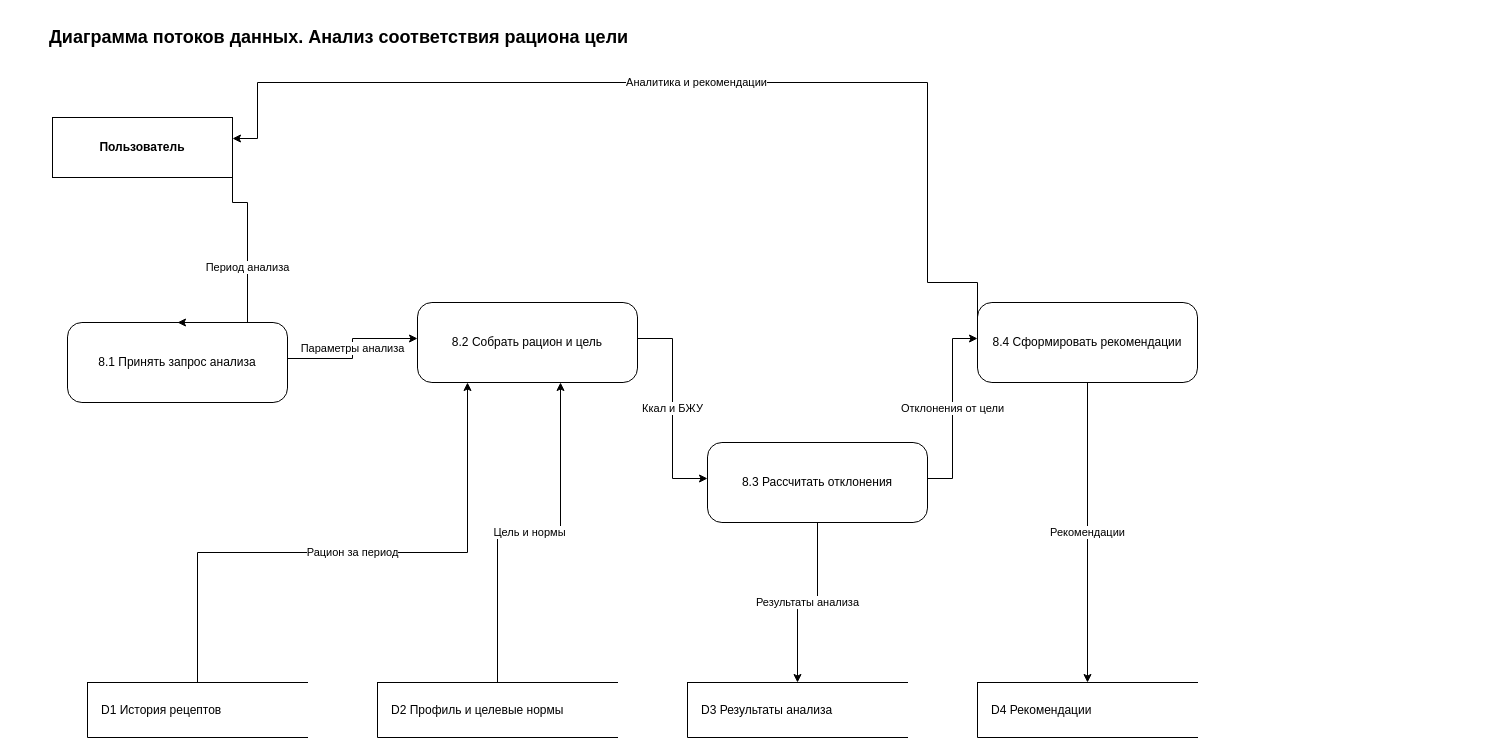
The draw.io diagram Optimization-Methods/laba_2/diagrams/Potoki/08_Анализ_соответствия_рациона_цели.drawio in Skipl1/ASOIU, before the edit. Source tidied: cells renumbered, new cells numbered last; positions are measured from the earlier drawing's top-left corner, leaving out a move shared by most shapes. Both pictures are drawn from the tidied source at 100%, with x=0, y=0 at pixel (47, 22).
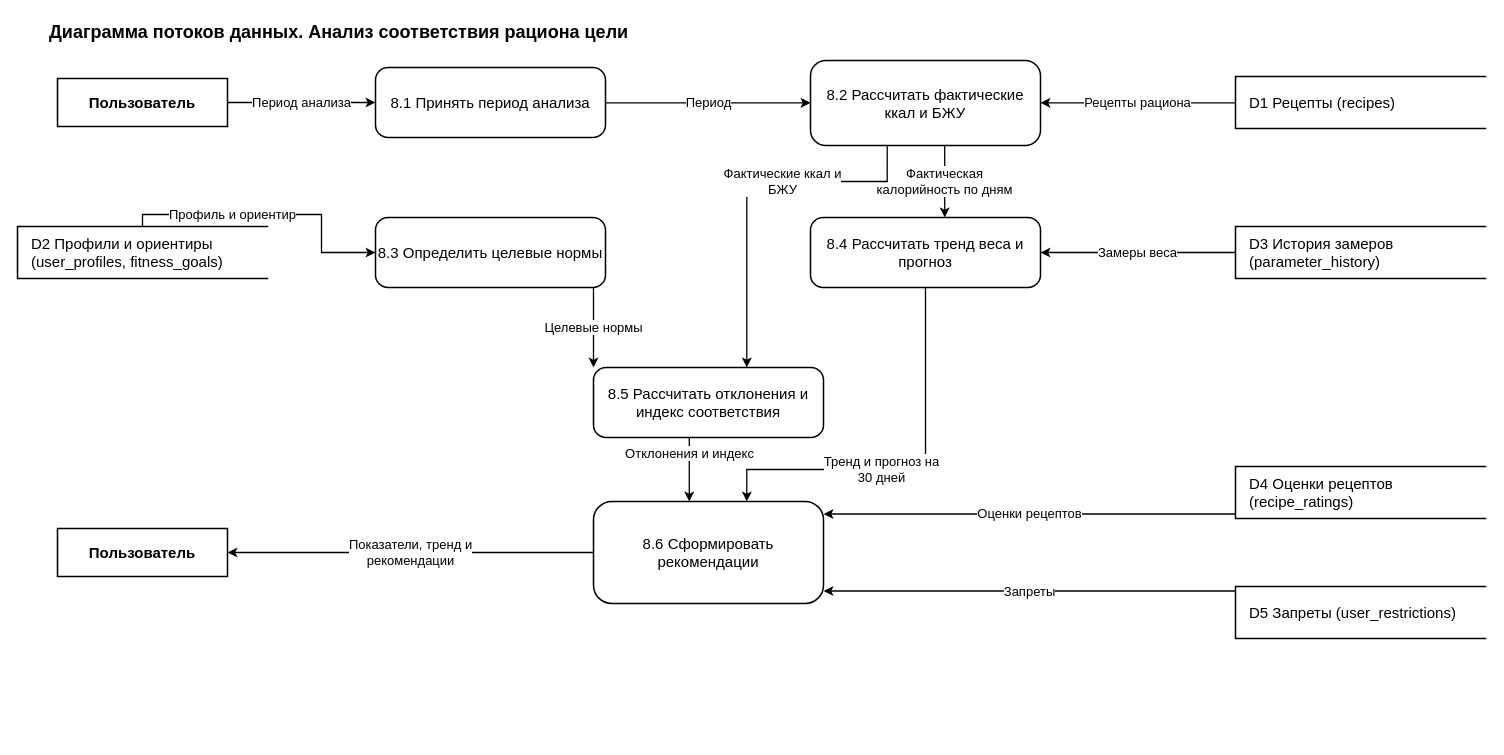
The same page after the edit.

The edit, as a diff of the source:
```diff
@@
     <mxCell id="2" value="Диаграмма потоков данных. Анализ соответствия рациона цели" style="text;html=1;strokeColor=none;fillColor=none;align=left;verticalAlign=middle;fontSize=18;fontStyle=1;" parent="1" vertex="1">
-      <mxGeometry width="900" height="30" as="geometry" />
+      <mxGeometry y="-5" width="900" height="30" as="geometry" />
     </mxCell>
-    <mxCell id="3" value="Пользователь" style="rounded=0;whiteSpace=wrap;html=1;fillColor=#ffffff;strokeColor=#000000;fontStyle=1;" parent="1" vertex="1">
-      <mxGeometry x="5" y="95" width="180" height="60" as="geometry" />
+    <mxCell id="3" value="Пользователь" style="rounded=0;whiteSpace=wrap;html=1;fillColor=#ffffff;strokeColor=#000000;fontStyle=1;fontSize=15;strokeWidth=1.5;" parent="1" vertex="1">
+      <mxGeometry x="10" y="56" width="170" height="48" as="geometry" />
     </mxCell>
-    <mxCell id="4" value="8.1 Принять запрос анализа" style="rounded=1;whiteSpace=wrap;html=1;arcSize=18;fillColor=#ffffff;strokeColor=#000000;" parent="1" vertex="1">
-      <mxGeometry x="20" y="300" width="220" height="80" as="geometry" />
+    <mxCell id="4" value="8.1 Принять период анализа" style="rounded=1;whiteSpace=wrap;html=1;arcSize=18;fillColor=#ffffff;strokeColor=#000000;fontSize=15;strokeWidth=1.5;" parent="1" vertex="1">
+      <mxGeometry x="328" y="45" width="230" height="70" as="geometry" />
     </mxCell>
-    <mxCell id="5" value="8.2 Собрать рацион и цель" style="rounded=1;whiteSpace=wrap;html=1;arcSize=18;fillColor=#ffffff;strokeColor=#000000;" parent="1" vertex="1">
-      <mxGeometry x="370" y="280" width="220" height="80" as="geometry" />
+    <mxCell id="5" value="8.2 Рассчитать фактические ккал и БЖУ" style="rounded=1;whiteSpace=wrap;html=1;arcSize=18;fillColor=#ffffff;strokeColor=#000000;fontSize=15;strokeWidth=1.5;" parent="1" vertex="1">
+      <mxGeometry x="763" y="38" width="230" height="85" as="geometry" />
     </mxCell>
-    <mxCell id="6" value="8.3 Рассчитать отклонения" style="rounded=1;whiteSpace=wrap;html=1;arcSize=18;fillColor=#ffffff;strokeColor=#000000;" parent="1" vertex="1">
-      <mxGeometry x="660" y="420" width="220" height="80" as="geometry" />
+    <mxCell id="6" value="8.3 Определить целевые нормы" style="rounded=1;whiteSpace=wrap;html=1;arcSize=18;fillColor=#ffffff;strokeColor=#000000;fontSize=15;strokeWidth=1.5;" parent="1" vertex="1">
+      <mxGeometry x="328" y="195" width="230" height="70" as="geometry" />
     </mxCell>
-    <mxCell id="7" value="8.4 Сформировать рекомендации" style="rounded=1;whiteSpace=wrap;html=1;arcSize=18;fillColor=#ffffff;strokeColor=#000000;" parent="1" vertex="1">
-      <mxGeometry x="930" y="280" width="220" height="80" as="geometry" />
+    <mxCell id="7" value="8.4 Рассчитать тренд веса и прогноз" style="rounded=1;whiteSpace=wrap;html=1;arcSize=18;fillColor=#ffffff;strokeColor=#000000;fontSize=15;strokeWidth=1.5;" parent="1" vertex="1">
+      <mxGeometry x="763" y="195" width="230" height="70" as="geometry" />
     </mxCell>
+    <mxCell id="21" value="8.5 Рассчитать отклонения и индекс соответствия" style="rounded=1;whiteSpace=wrap;html=1;arcSize=18;fillColor=#ffffff;strokeColor=#000000;fontSize=15;strokeWidth=1.5;" parent="1" vertex="1">
+      <mxGeometry x="546" y="345" width="230" height="70" as="geometry" />
+    </mxCell>
+    <mxCell id="22" value="8.6 Сформировать рекомендации" style="rounded=1;whiteSpace=wrap;html=1;arcSize=18;fillColor=#ffffff;strokeColor=#000000;fontSize=15;strokeWidth=1.5;" parent="1" vertex="1">
+      <mxGeometry x="546" y="479" width="230" height="102" as="geometry" />
+    </mxCell>
-    <mxCell id="8" value="D1 История рецептов" style="shape=partialRectangle;right=0;whiteSpace=wrap;html=1;fillColor=#ffffff;strokeColor=#000000;align=left;spacingLeft=12;" parent="1" vertex="1">
-      <mxGeometry x="40" y="660" width="220" height="55" as="geometry" />
+    <mxCell id="8" value="D1 Рецепты (recipes)" style="shape=partialRectangle;right=0;whiteSpace=wrap;html=1;fillColor=#ffffff;strokeColor=#000000;align=left;spacingLeft=12;fontSize=15;strokeWidth=1.5;" parent="1" vertex="1">
+      <mxGeometry x="1188" y="54" width="250" height="52" as="geometry" />
     </mxCell>
-    <mxCell id="9" value="D2 Профиль и целевые нормы" style="shape=partialRectangle;right=0;whiteSpace=wrap;html=1;fillColor=#ffffff;strokeColor=#000000;align=left;spacingLeft=12;" parent="1" vertex="1">
-      <mxGeometry x="330" y="660" width="240" height="55" as="geometry" />
+    <mxCell id="9" value="D2 Профили и ориентиры (user_profiles, fitness_goals)" style="shape=partialRectangle;right=0;whiteSpace=wrap;html=1;fillColor=#ffffff;strokeColor=#000000;align=left;spacingLeft=12;fontSize=15;strokeWidth=1.5;" parent="1" vertex="1">
+      <mxGeometry x="-30" y="204" width="250" height="52" as="geometry" />
     </mxCell>
-    <mxCell id="10" value="D3 Результаты анализа" style="shape=partialRectangle;right=0;whiteSpace=wrap;html=1;fillColor=#ffffff;strokeColor=#000000;align=left;spacingLeft=12;" parent="1" vertex="1">
-      <mxGeometry x="640" y="660" width="220" height="55" as="geometry" />
+    <mxCell id="10" value="D3 История замеров (parameter_history)" style="shape=partialRectangle;right=0;whiteSpace=wrap;html=1;fillColor=#ffffff;strokeColor=#000000;align=left;spacingLeft=12;fontSize=15;strokeWidth=1.5;" parent="1" vertex="1">
+      <mxGeometry x="1188" y="204" width="250" height="52" as="geometry" />
     </mxCell>
-    <mxCell id="11" value="D4 Рекомендации" style="shape=partialRectangle;right=0;whiteSpace=wrap;html=1;fillColor=#ffffff;strokeColor=#000000;align=left;spacingLeft=12;" parent="1" vertex="1">
-      <mxGeometry x="930" y="660" width="220" height="55" as="geometry" />
+    <mxCell id="11" value="D4 Оценки рецептов (recipe_ratings)" style="shape=partialRectangle;right=0;whiteSpace=wrap;html=1;fillColor=#ffffff;strokeColor=#000000;align=left;spacingLeft=12;fontSize=15;strokeWidth=1.5;" parent="1" vertex="1">
+      <mxGeometry x="1188" y="444" width="250" height="52" as="geometry" />
     </mxCell>
+    <mxCell id="23" value="D5 Запреты (user_restrictions)" style="shape=partialRectangle;right=0;whiteSpace=wrap;html=1;fillColor=#ffffff;strokeColor=#000000;align=left;spacingLeft=12;fontSize=15;strokeWidth=1.5;" parent="1" vertex="1">
+      <mxGeometry x="1188" y="564" width="250" height="52" as="geometry" />
+    </mxCell>
+    <mxCell id="24" value="Пользователь" style="rounded=0;whiteSpace=wrap;html=1;fillColor=#ffffff;strokeColor=#000000;fontStyle=1;fontSize=15;strokeWidth=1.5;" parent="1" vertex="1">
+      <mxGeometry x="10" y="506" width="170" height="48" as="geometry" />
+    </mxCell>
-    <mxCell id="12" value="Период анализа" style="endArrow=classic;html=1;rounded=0;edgeStyle=orthogonalEdgeStyle;exitX=1;exitY=0.65;entryX=0.5;entryY=0;" parent="1" edge="1" source="3" target="4">
-      <mxGeometry relative="1" as="geometry">
-        <Array as="points">
-          <mxPoint x="200" y="180" />
-        </Array>
-      </mxGeometry>
+    <mxCell id="12" value="Период анализа" style="endArrow=classic;endFill=1;html=1;rounded=0;edgeStyle=none;strokeWidth=1.3;fontSize=13;labelBackgroundColor=#ffffff;exitX=1.0;exitY=0.5;exitDx=0;exitDy=0;entryX=0.0;entryY=0.5;entryDx=0;entryDy=0;" parent="1" edge="1" source="3" target="4">
+      <mxGeometry relative="1" as="geometry" />
     </mxCell>
-    <mxCell id="13" value="Параметры анализа" style="endArrow=classic;html=1;rounded=0;edgeStyle=orthogonalEdgeStyle;exitX=1;exitY=0.45;entryX=0;entryY=0.45;" parent="1" edge="1" source="4" target="5">
+    <mxCell id="13" value="Период" style="endArrow=classic;endFill=1;html=1;rounded=0;edgeStyle=none;strokeWidth=1.3;fontSize=13;labelBackgroundColor=#ffffff;exitX=1.0;exitY=0.5043;exitDx=0;exitDy=0;entryX=0.0;entryY=0.4976;entryDx=0;entryDy=0;" parent="1" edge="1" source="4" target="5">
       <mxGeometry relative="1" as="geometry" />
     </mxCell>
-    <mxCell id="14" value="Рацион за период" style="endArrow=classic;html=1;rounded=0;edgeStyle=orthogonalEdgeStyle;exitX=0.5;exitY=0;" parent="1" edge="1" source="8">
-      <mxGeometry relative="1" as="geometry">
-        <mxPoint x="420" y="360" as="targetPoint" />
-        <Array as="points">
-          <mxPoint x="150" y="530" />
-          <mxPoint x="420" y="530" />
-          <mxPoint x="420" y="360" />
-        </Array>
-      </mxGeometry>
-    </mxCell>
-    <mxCell id="15" value="Цель и нормы" style="endArrow=classic;html=1;rounded=0;edgeStyle=orthogonalEdgeStyle;exitX=0.5;exitY=0;entryX=0.65;entryY=1;" parent="1" edge="1" source="9" target="5">
-      <mxGeometry relative="1" as="geometry" />
-    </mxCell>
-    <mxCell id="16" value="Ккал и БЖУ" style="endArrow=classic;html=1;rounded=0;edgeStyle=orthogonalEdgeStyle;exitX=1;exitY=0.45;entryX=0;entryY=0.45;" parent="1" edge="1" source="5" target="6">
-      <mxGeometry relative="1" as="geometry" />
-    </mxCell>
-    <mxCell id="17" value="Отклонения от цели" style="endArrow=classic;html=1;rounded=0;edgeStyle=orthogonalEdgeStyle;exitX=1;exitY=0.45;entryX=0;entryY=0.45;" parent="1" edge="1" source="6" target="7">
-      <mxGeometry relative="1" as="geometry" />
-    </mxCell>
-    <mxCell id="18" value="Результаты анализа" style="endArrow=classic;html=1;rounded=0;edgeStyle=orthogonalEdgeStyle;exitX=0.5;exitY=1;entryX=0.5;entryY=0;" parent="1" edge="1" source="6" target="10">
-      <mxGeometry relative="1" as="geometry" />
-    </mxCell>
-    <mxCell id="19" value="Рекомендации" style="endArrow=classic;html=1;rounded=0;edgeStyle=orthogonalEdgeStyle;exitX=0.5;exitY=1;entryX=0.5;entryY=0;" parent="1" edge="1" source="7" target="11">
-      <mxGeometry relative="1" as="geometry" />
-    </mxCell>
-    <mxCell id="20" value="Аналитика и рекомендации" style="endArrow=classic;html=1;rounded=0;edgeStyle=orthogonalEdgeStyle;exitX=0;exitY=0.25;entryX=1;entryY=0.35;" parent="1" edge="1" source="7" target="3">
-      <mxGeometry relative="1" as="geometry">
-        <Array as="points">
-          <mxPoint x="880" y="260" />
-          <mxPoint x="880" y="60" />
-          <mxPoint x="210" y="60" />
-          <mxPoint x="210" y="116" />
-        </Array>
-      </mxGeometry>
-    </mxCell>
+    <mxCell id="25" value="Рецепты рациона" style="endArrow=classic;endFill=1;html=1;rounded=0;edgeStyle=none;strokeWidth=1.3;fontSize=13;labelBackgroundColor=#ffffff;exitX=0.0;exitY=0.5058;exitDx=0;exitDy=0;entryX=1.0;entryY=0.4976;entryDx=0;entryDy=0;" parent="1" edge="1" source="8" target="5">
+      <mxGeometry relative="1" as="geometry" />
+    </mxCell>
+    <mxCell id="26" value="Профиль и ориентир" style="endArrow=classic;endFill=1;html=1;rounded=0;edgeStyle=none;strokeWidth=1.3;fontSize=13;labelBackgroundColor=#ffffff;exitX=0.5;exitY=0.0;exitDx=0;exitDy=0;entryX=0.0;entryY=0.5;entryDx=0;entryDy=0;" parent="1" edge="1" source="9" target="6">
+      <mxGeometry x="-0.28" relative="1" as="geometry">
+        <Array as="points">
+          <mxPoint x="95" y="192" />
+          <mxPoint x="274" y="192" />
+          <mxPoint x="274" y="230" />
+        </Array>
+      </mxGeometry>
+    </mxCell>
+    <mxCell id="27" value="Фактическая&lt;br&gt;калорийность по дням" style="endArrow=classic;endFill=1;html=1;rounded=0;edgeStyle=none;strokeWidth=1.3;fontSize=13;labelBackgroundColor=#ffffff;exitX=0.5835;exitY=1.0;exitDx=0;exitDy=0;entryX=0.5835;entryY=0.0;entryDx=0;entryDy=0;" parent="1" edge="1" source="5" target="7">
+      <mxGeometry relative="1" as="geometry" />
+    </mxCell>
+    <mxCell id="28" value="Замеры веса" style="endArrow=classic;endFill=1;html=1;rounded=0;edgeStyle=none;strokeWidth=1.3;fontSize=13;labelBackgroundColor=#ffffff;exitX=0.0;exitY=0.5;exitDx=0;exitDy=0;entryX=1.0;entryY=0.5;entryDx=0;entryDy=0;" parent="1" edge="1" source="10" target="7">
+      <mxGeometry relative="1" as="geometry" />
+    </mxCell>
+    <mxCell id="29" value="Фактические ккал и&lt;br&gt;БЖУ" style="endArrow=classic;endFill=1;html=1;rounded=0;edgeStyle=none;strokeWidth=1.3;fontSize=13;labelBackgroundColor=#ffffff;exitX=0.3335;exitY=1.0;exitDx=0;exitDy=0;entryX=0.6665;entryY=0.0;entryDx=0;entryDy=0;" parent="1" edge="1" source="5" target="21">
+      <mxGeometry x="-0.22" relative="1" as="geometry">
+        <Array as="points">
+          <mxPoint x="839.7" y="159" />
+          <mxPoint x="699.3" y="159" />
+        </Array>
+      </mxGeometry>
+    </mxCell>
+    <mxCell id="30" value="Целевые нормы" style="endArrow=classic;endFill=1;html=1;rounded=0;edgeStyle=none;strokeWidth=1.3;fontSize=13;labelBackgroundColor=#ffffff;exitX=0.9478;exitY=1.0;exitDx=0;exitDy=0;entryX=0.0;entryY=0.0;entryDx=0;entryDy=0;" parent="1" edge="1" source="6" target="21">
+      <mxGeometry relative="1" as="geometry" />
+    </mxCell>
+    <mxCell id="31" value="Отклонения и индекс" style="endArrow=classic;endFill=1;html=1;rounded=0;edgeStyle=none;strokeWidth=1.3;fontSize=13;labelBackgroundColor=#ffffff;exitX=0.4165;exitY=1.0;exitDx=0;exitDy=0;entryX=0.4165;entryY=0.0;entryDx=0;entryDy=0;" parent="1" edge="1" source="21" target="22">
+      <mxGeometry x="-0.5" relative="1" as="geometry" />
+    </mxCell>
+    <mxCell id="32" value="Тренд и прогноз на&lt;br&gt;30 дней" style="endArrow=classic;endFill=1;html=1;rounded=0;edgeStyle=none;strokeWidth=1.3;fontSize=13;labelBackgroundColor=#ffffff;exitX=0.5;exitY=1.0;exitDx=0;exitDy=0;entryX=0.6665;entryY=0.0;entryDx=0;entryDy=0;" parent="1" edge="1" source="7" target="22">
+      <mxGeometry x="0.15" relative="1" as="geometry">
+        <Array as="points">
+          <mxPoint x="878" y="447" />
+          <mxPoint x="699.3" y="447" />
+        </Array>
+      </mxGeometry>
+    </mxCell>
+    <mxCell id="33" value="Оценки рецептов" style="endArrow=classic;endFill=1;html=1;rounded=0;edgeStyle=none;strokeWidth=1.3;fontSize=13;labelBackgroundColor=#ffffff;exitX=0.0;exitY=0.9135;exitDx=0;exitDy=0;entryX=1.0;entryY=0.1225;entryDx=0;entryDy=0;" parent="1" edge="1" source="11" target="22">
+      <mxGeometry relative="1" as="geometry" />
+    </mxCell>
+    <mxCell id="34" value="Запреты" style="endArrow=classic;endFill=1;html=1;rounded=0;edgeStyle=none;strokeWidth=1.3;fontSize=13;labelBackgroundColor=#ffffff;exitX=0.0;exitY=0.0865;exitDx=0;exitDy=0;entryX=1.0;entryY=0.8775;entryDx=0;entryDy=0;" parent="1" edge="1" source="23" target="22">
+      <mxGeometry relative="1" as="geometry" />
+    </mxCell>
+    <mxCell id="35" value="Показатели, тренд и&lt;br&gt;рекомендации" style="endArrow=classic;endFill=1;html=1;rounded=0;edgeStyle=none;strokeWidth=1.3;fontSize=13;labelBackgroundColor=#ffffff;exitX=0.0;exitY=0.5;exitDx=0;exitDy=0;entryX=1.0;entryY=0.5;entryDx=0;entryDy=0;" parent="1" edge="1" source="22" target="24">
+      <mxGeometry relative="1" as="geometry" />
+    </mxCell>
```
